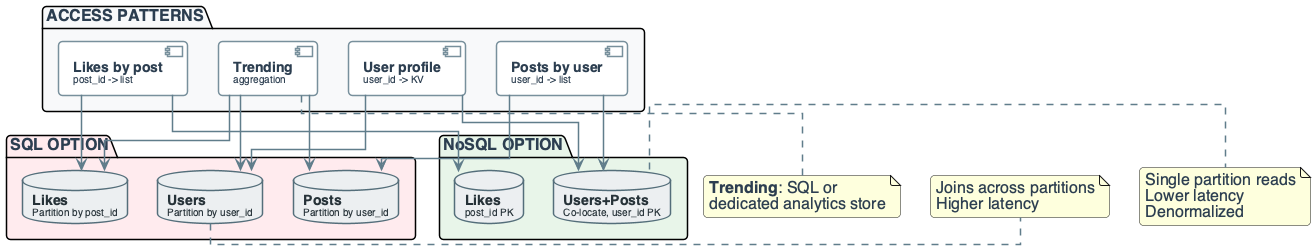
This is diagrams/week02/week2_practice_slide18_architecture.png from OrPerets/data-engineering-course, a PlantUML export, as it was before one commit.
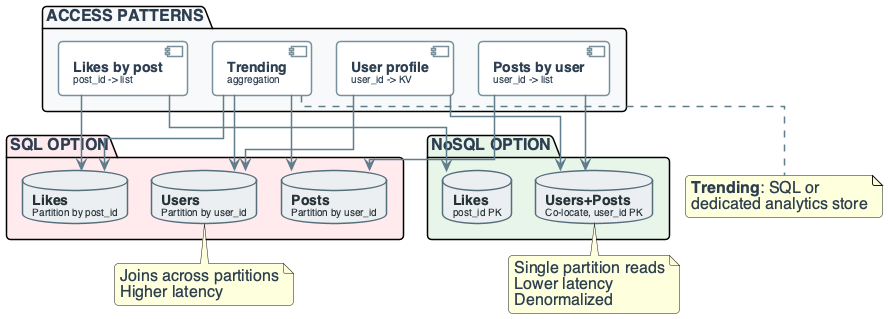
The same file after the commit.

Change to the diagram source:
```diff
@@ -5,8 +5,8 @@
 skinparam shadowing false
 skinparam roundcorner 8
 skinparam handwritten false
-skinparam nodesep 30
-skinparam ranksep 40
+skinparam nodesep 24
+skinparam ranksep 28
 
 skinparam defaultFontName "Segoe UI, Helvetica, sans-serif"
 skinparam defaultFontSize 16
@@ -146,12 +146,12 @@
 AP4 --> PSQL
 AP4 --> LSQL
 
-note right of USQL
+note bottom of USQL
   Joins across partitions
   Higher latency
 end note
 
-note right of UNOSQL
+note bottom of UNOSQL
   Single partition reads
   Lower latency
   Denormalized
```
